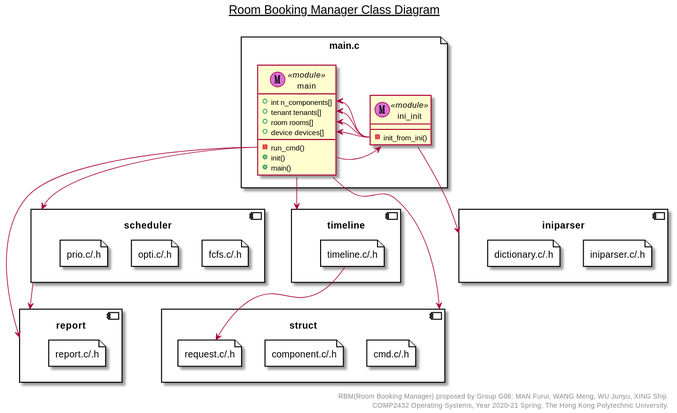
Above: res/svg/class_diagram.svg in toolsmax0/COMP2432_RBM (PlantUML), before the change. The source it was exported from:
```plantuml
@startuml
title __Room Booking Manager Class Diagram__\n


component report {
    file reportfile as "report.c/.h" {

    }
}
component timeline {
    file timelinefile as "timeline.c/.h" {

    }
}

component struct {
    file cmd as "cmd.c/.h" {

    }
    file cpnt as "component.c/.h" {

    }
    file request as "request.c/.h" {

    }
}
component scheduler {
    file fcfs.c/.h {

    }
    file opti.c/.h {

    }
    file prio.c/.h {

    }
}
component iniparser{
    file iniparserfile as "iniparser.c/.h" {

    }
    file dictonary as "dictionary.c/.h" {

    }
}
file main.c {
    class main <<(M, orchid) module>> {
        +int n_components[]
        +tenant tenants[]
        +room rooms[]
        +device devices[]

        -run_cmd()
        +init()
        +main()
    }
    class ini_init <<(M, orchid) module>> {
        -init_from_ini()
    }

    main::init -ri-> ini_init
    ini_init::init_from_ini -ri-> main::n_components
    ini_init::init_from_ini -ri-> main::tenants
    ini_init::init_from_ini -ri-> main::rooms
    ini_init::init_from_ini -ri-> main::devices
}

main --> struct
main --> timeline

main::run_cmd --> scheduler
main::run_cmd --> report

ini_init --> iniparser
timelinefile --> request
scheduler --> report

right footer
RBM(Room Booking Manager) proposed by Group G06: MAN Furui, WANG Meng, WU Junyu, XING Shiji.
COMP2432 Operating Systems, Year 2020-21 Spring, The Hong Kong Polytechnic University.
endfooter

@enduml
```
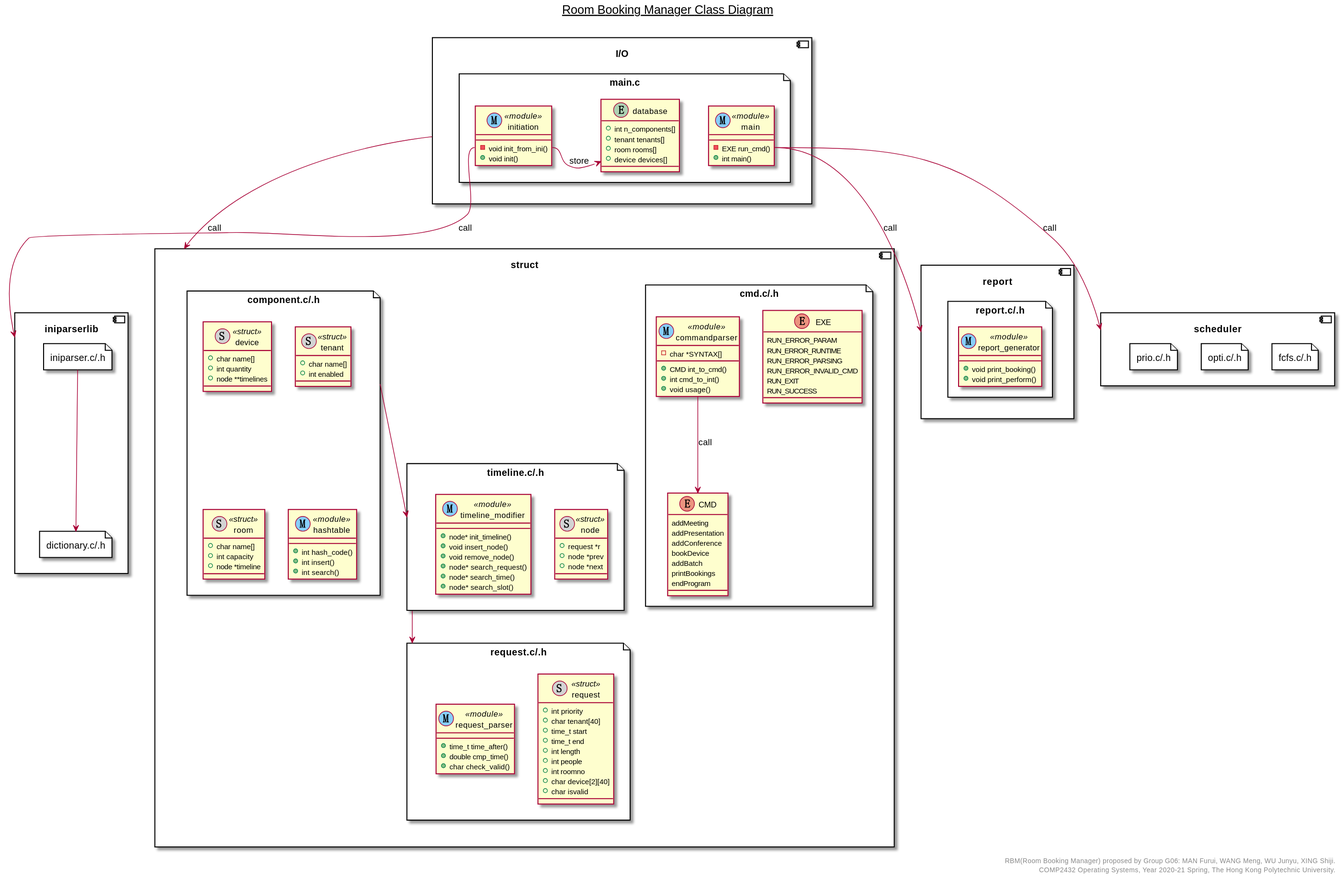
After the commit.

Commit message:
class diagram update

The edit, as a diff of the source:
```diff
@@ -4,24 +4,10 @@
 
 component report {
     file reportfile as "report.c/.h" {
-
-    }
-}
-component timeline {
-    file timelinefile as "timeline.c/.h" {
-
-    }
-}
-
-component struct {
-    file cmd as "cmd.c/.h" {
-
-    }
-    file cpnt as "component.c/.h" {
-
-    }
-    file request as "request.c/.h" {
-
+        class report_generator <<(M, lightskyblue) module>> {
+            +void print_booking()
+            +void print_perform()
+        }
     }
 }
 component scheduler {
@@ -35,45 +21,126 @@
 
     }
 }
-component iniparser{
-    file iniparserfile as "iniparser.c/.h" {
+component struct {
+    file cmd as "cmd.c/.h" {
+        enum EXE {
+            RUN_ERROR_PARAM
+            RUN_ERROR_RUNTIME
+            RUN_ERROR_PARSING
+            RUN_ERROR_INVALID_CMD
+            RUN_EXIT
+            RUN_SUCCESS
+        }
+        enum CMD {
+            addMeeting
+            addPresentation
+            addConference
+            bookDevice
+            addBatch
+            printBookings
+            endProgram
+        }
+        class commandparser <<(M, lightskyblue) module>> {
+            -char *SYNTAX[]
+            +CMD int_to_cmd()
+            +int cmd_to_int()
+            +void usage()
+        }
+        commandparser -down-> CMD :call
+    }
+    file requestc as "request.c/.h" {
+        class request <<(S, lightgray) struct>> {
+            +int priority
+            +char tenant[40]
+            +time_t start
+            +time_t end
+            +int length
+            +int people
+            +int roomno
+            +char device[2][40]
+            +char isvalid
+        }
+        class request_parser <<(M, lightskyblue) module>> {
+            +time_t time_after()
+            +double cmp_time()
+            +char check_valid()
+        }
+    }
+    file timelinec as "timeline.c/.h" {
+        class node <<(S, lightgray) struct>> {
+            +request *r
+            +node *prev
+            +node *next
+        }
+        class timeline_modifier <<(M, lightskyblue) module>> {
+            +node* init_timeline()
+            +void insert_node()
+            +void remove_node()
+            +node* search_request()
+            +node* search_time()
+            +node* search_slot()
+        }
+    }
+    file componentc as "component.c/.h" {
+        class device <<(S, lightgray) struct>> {
+            +char name[]
+            +int quantity
+            +node **timelines
+        }
+        class tenant <<(S, lightgray) struct>> {
+            +char name[]
+            +int enabled
+        }
+        class room <<(S, lightgray) struct>> {
+            +char name[]
+            +int capacity
+            +node *timeline
+        }
+        class hashtable <<(M, lightskyblue) module>> {
+            +int hash_code()
+            +int insert()
+            +int search()
+        }
+    }
+    componentc --> timelinec
+    timelinec --> requestc
+}
 
+component iniparserlib {
+    file iniparser as "iniparser.c/.h" {
     }
-    file dictonary as "dictionary.c/.h" {
+    file dictionary as "dictionary.c/.h" {
+    }
+    iniparser -down-> dictionary
+}
+component IO as "I/O" {
+    file mainc as "main.c" {
+        class main <<(M, lightskyblue) module>> {
+            -EXE run_cmd()
+            +int main()
+        }
+        class initiation <<(M, lightskyblue) module>> {
+            -void init_from_ini()
+            +void init()
+        }
+        entity database {
+            +int n_components[]
+            +tenant tenants[]
+            +room rooms[]
+            +device devices[]
+        }
 
-    }
-}
-file main.c {
-    class main <<(M, orchid) module>> {
-        +int n_components[]
-        +tenant tenants[]
-        +room rooms[]
-        +device devices[]
-
-        -run_cmd()
-        +init()
-        +main()
-    }
-    class ini_init <<(M, orchid) module>> {
-        -init_from_ini()
+        initiation::init_from_ini -> database :store
     }
 
-    main::init -ri-> ini_init
-    ini_init::init_from_ini -ri-> main::n_components
-    ini_init::init_from_ini -ri-> main::tenants
-    ini_init::init_from_ini -ri-> main::rooms
-    ini_init::init_from_ini -ri-> main::devices
 }
 
-main --> struct
-main --> timeline
+IO --> struct :call
 
-main::run_cmd --> scheduler
-main::run_cmd --> report
+main::run_cmd --> scheduler :call
+main::run_cmd --> report :call
 
-ini_init --> iniparser
-timelinefile --> request
-scheduler --> report
+initiation::init_from_ini --> iniparserlib :call
 
 right footer
 RBM(Room Booking Manager) proposed by Group G06: MAN Furui, WANG Meng, WU Junyu, XING Shiji.
```
